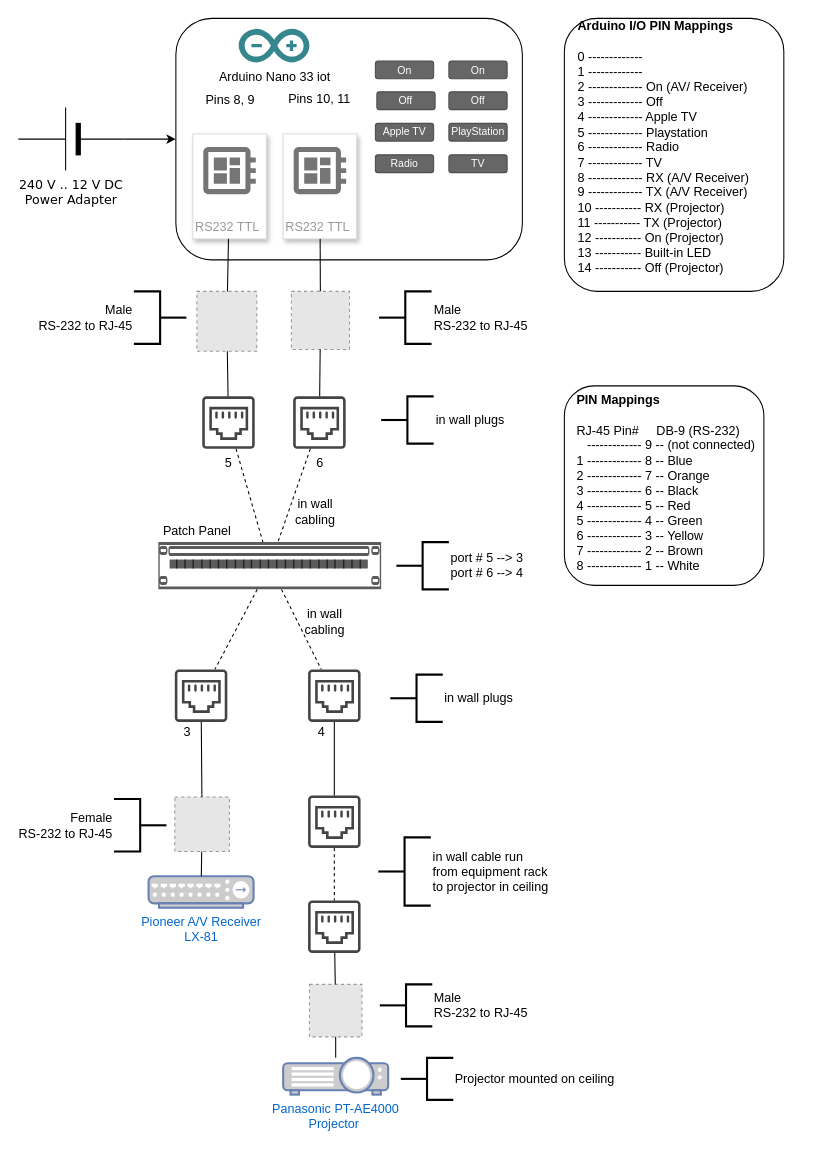
granticini/home-theatre-remote keeps this draw.io diagram as Home-Theatre-Remote.drawio. Above is the earlier version. Source tidied: cells renumbered, new cells numbered last; positions are measured from the earlier drawing's top-left corner, leaving out a move shared by most shapes. Both pictures are drawn from the tidied source at 105%, with x=0, y=0 at pixel (18, 18). Pictures stored in the file or linked from it are replaced by grey dashed boxes.
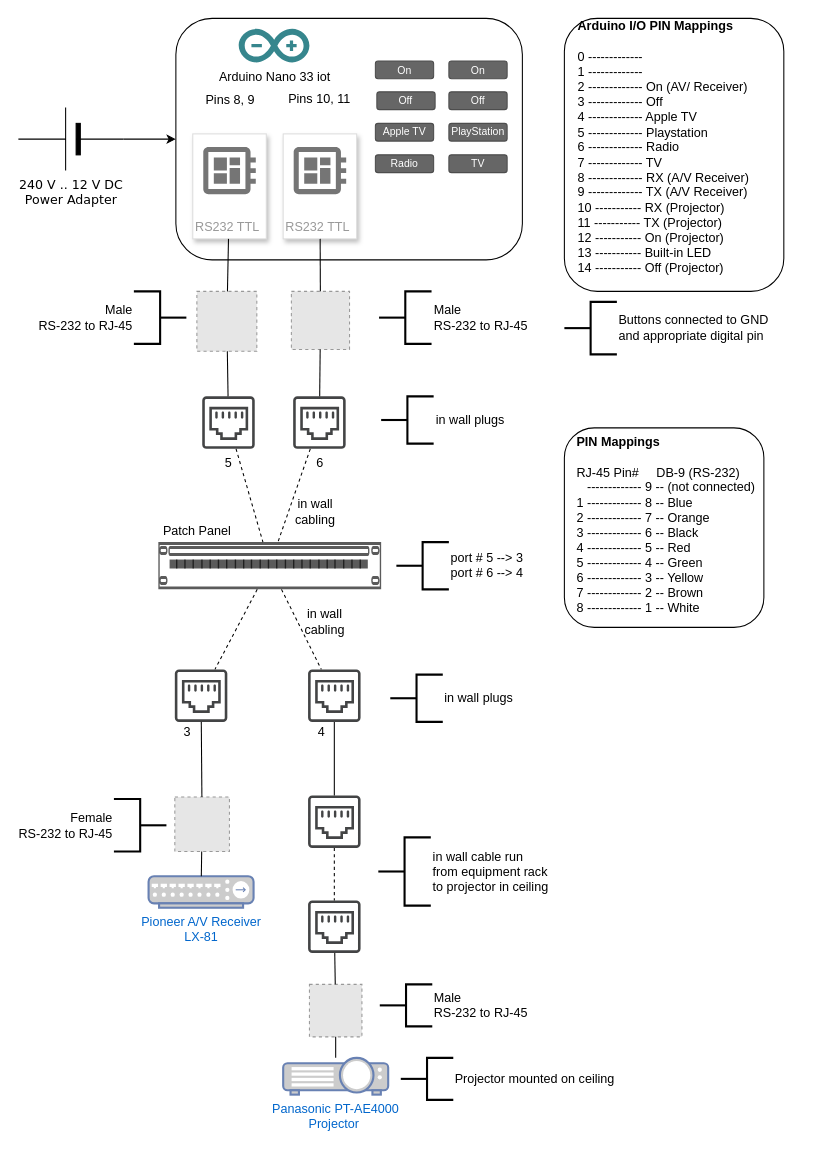
The same page after the edit.

Change to the diagram source:
```diff
@@
     <mxCell id="61" style="group;" parent="1" vertex="1">
-      <mxGeometry x="520" y="350" width="200" height="190" as="geometry" />
+      <mxGeometry x="520" y="390" width="200" height="190" as="geometry" />
     </mxCell>
@@
+    <mxCell id="67" value="Buttons connected to GND&lt;br&gt;and appropriate digital pin" style="strokeWidth=2;html=1;shape=mxgraph.flowchart.annotation_2;align=left;labelPosition=right;" parent="1" vertex="1">
+      <mxGeometry x="520" y="270" width="50" height="50" as="geometry" />
+    </mxCell>
```
